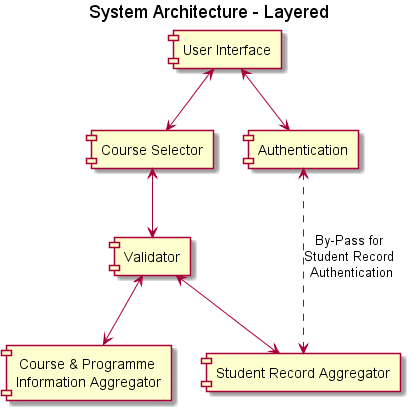
The PlantUML diagram Diagrams/architecture-layered.png in r3r/comp2140, before a commit. Source of this version:
```plantuml
@startuml
title System Architecture - Layered

[User Interface] <-down-> [Course Selector]
[Authentication] <-up-> [User Interface]
[Course Selector] <-down-> [Validator]
[Validator] <-down-> [Course & Programme \nInformation Aggregator]
[Validator] <-down-> [Student Record Aggregator]
[Authentication] <.down..> [Student Record Aggregator] : By-Pass for \nStudent Record \nAuthentication


@enduml
```
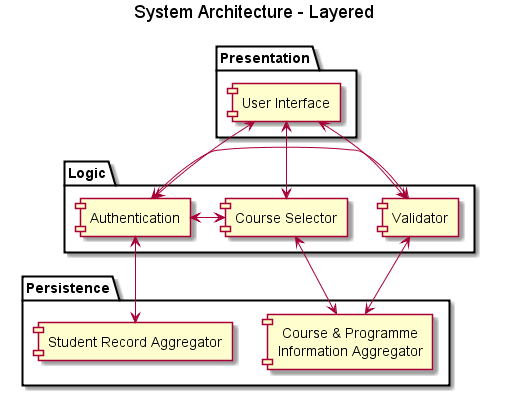
Later version of the same file.

Commit message:
Completed Project for submission in course

Change to the diagram source:
```diff
@@ -1,12 +1,27 @@
 @startuml
 title System Architecture - Layered
+package Presentation {
+	[User Interface]
+}
+package Logic {
+	[Validator]
+	[Course Selector]
+	[Authentication]
+}
 
+package Persistence {
+	[Student Record Aggregator]
+	[Course & Programme \nInformation Aggregator]
+}
 [User Interface] <-down-> [Course Selector]
+
 [Authentication] <-up-> [User Interface]
-[Course Selector] <-down-> [Validator]
+[User Interface] <-down-> [Validator]
 [Validator] <-down-> [Course & Programme \nInformation Aggregator]
-[Validator] <-down-> [Student Record Aggregator]
-[Authentication] <.down..> [Student Record Aggregator] : By-Pass for \nStudent Record \nAuthentication
+[Course Selector] <-down-> [Course & Programme \nInformation Aggregator]
+[Authentication] <-right-> [Validator]
+[Course Selector] <-left---> [Authentication]
+[Authentication] <-down-> [Student Record Aggregator]
 
 
 @enduml
```
